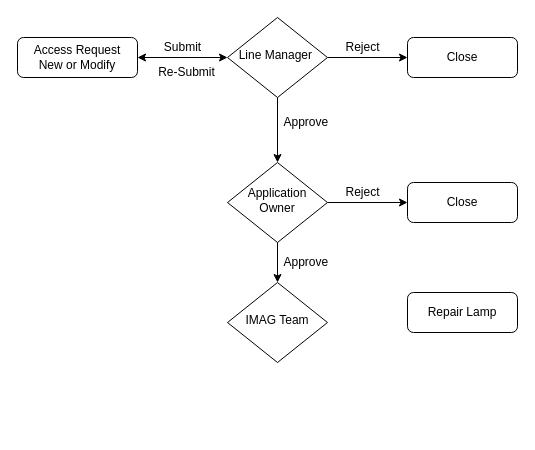
chandu2035/diagrams keeps this draw.io diagram as Untitled Diagram.drawio. Above is the earlier version. Source tidied: cells renumbered, new cells numbered last; positions are measured from the earlier drawing's top-left corner, leaving out a move shared by most shapes. Both pictures are drawn from the tidied source at 100%, with x=0, y=0 at pixel (17, 17).
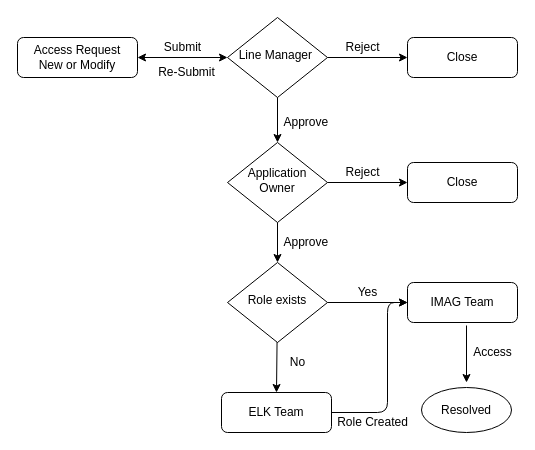
After the change.

The change refers to these unchanged cells:
```xml
<mxCell id="3" value="Line Manager&amp;nbsp;" style="rhombus;whiteSpace=wrap;html=1;shadow=0;fontFamily=Helvetica;fontSize=12;align=center;strokeWidth=1;spacing=6;spacingTop=-4;" parent="1" vertex="1">
  <mxGeometry x="210" width="100" height="80" as="geometry" />
</mxCell>
```

Diff of the diagram source:
```diff
@@
     <mxCell id="5" value="Application Owner" style="rhombus;whiteSpace=wrap;html=1;shadow=0;fontFamily=Helvetica;fontSize=12;align=center;strokeWidth=1;spacing=6;spacingTop=-4;" parent="1" vertex="1">
-      <mxGeometry x="210" y="145" width="100" height="80" as="geometry" />
+      <mxGeometry x="210" y="125" width="100" height="80" as="geometry" />
     </mxCell>
-    <mxCell id="6" value="Repair Lamp" style="rounded=1;whiteSpace=wrap;html=1;fontSize=12;glass=0;strokeWidth=1;shadow=0;" parent="1" vertex="1">
-      <mxGeometry x="390" y="275" width="110" height="40" as="geometry" />
+    <mxCell id="6" value="IMAG Team" style="rounded=1;whiteSpace=wrap;html=1;fontSize=12;glass=0;strokeWidth=1;shadow=0;" parent="1" vertex="1">
+      <mxGeometry x="390" y="265" width="110" height="40" as="geometry" />
     </mxCell>
     <mxCell id="7" value="Close" style="rounded=1;whiteSpace=wrap;html=1;fontSize=12;glass=0;strokeWidth=1;shadow=0;" parent="1" vertex="1">
-      <mxGeometry x="390" y="165" width="110" height="40" as="geometry" />
+      <mxGeometry x="390" y="145" width="110" height="40" as="geometry" />
     </mxCell>
@@
-    <mxCell id="11" style="endArrow=classic;html=1;exitX=0.5;exitY=1;exitDx=0;exitDy=0;" parent="1" edge="1" source="3" target="5">
-      <mxGeometry relative="1" as="geometry" />
+    <mxCell id="11" style="endArrow=classic;html=1;exitX=0.5;exitY=1;exitDx=0;exitDy=0;" parent="1" edge="1" source="3">
+      <mxGeometry relative="1" as="geometry">
+        <mxPoint x="260" y="125" as="targetPoint" />
+      </mxGeometry>
     </mxCell>
@@
     <mxCell id="16" value="Reject" style="text;html=1;align=center;verticalAlign=middle;" parent="1" vertex="1">
-      <mxGeometry x="320" y="165" width="50" height="20" as="geometry" />
+      <mxGeometry x="320" y="145" width="50" height="20" as="geometry" />
     </mxCell>
-    <mxCell id="17" value="IMAG Team" style="rhombus;whiteSpace=wrap;html=1;shadow=0;fontFamily=Helvetica;fontSize=12;align=center;strokeWidth=1;spacing=6;spacingTop=-4;" parent="1" vertex="1">
-      <mxGeometry x="210" y="265" width="100" height="80" as="geometry" />
-    </mxCell>
-    <mxCell id="18" style="endArrow=classic;html=1;exitX=0.5;exitY=1;exitDx=0;exitDy=0;entryX=0.5;entryY=0;entryDx=0;entryDy=0;" parent="1" edge="1" source="5" target="17">
-      <mxGeometry relative="1" as="geometry" />
+    <mxCell id="18" style="endArrow=classic;html=1;exitX=0.5;exitY=1;exitDx=0;exitDy=0;entryX=0.5;entryY=0;entryDx=0;entryDy=0;" parent="1" edge="1" source="5">
+      <mxGeometry relative="1" as="geometry">
+        <mxPoint x="260" y="245" as="targetPoint" />
+      </mxGeometry>
     </mxCell>
     <mxCell id="19" value="Approve&amp;nbsp;" style="text;html=1;align=center;verticalAlign=middle;" parent="1" vertex="1">
-      <mxGeometry x="260" y="235" width="60" height="20" as="geometry" />
+      <mxGeometry x="260" y="215" width="60" height="20" as="geometry" />
     </mxCell>
+    <mxCell id="20" value="Yes" style="text;html=1;align=center;verticalAlign=middle;" parent="1" vertex="1">
+      <mxGeometry x="330" y="265" width="40" height="20" as="geometry" />
+    </mxCell>
+    <mxCell id="21" value="ELK Team" style="rounded=1;whiteSpace=wrap;html=1;fontSize=12;glass=0;strokeWidth=1;shadow=0;" parent="1" vertex="1">
+      <mxGeometry x="204" y="375" width="110" height="40" as="geometry" />
+    </mxCell>
+    <mxCell id="22" value="Role exists" style="rhombus;whiteSpace=wrap;html=1;shadow=0;fontFamily=Helvetica;fontSize=12;align=center;strokeWidth=1;spacing=6;spacingTop=-4;" parent="1" vertex="1">
+      <mxGeometry x="210" y="245" width="100" height="80" as="geometry" />
+    </mxCell>
+    <mxCell id="23" style="endArrow=classic;html=1;exitX=1;exitY=0.5;exitDx=0;exitDy=0;entryX=0;entryY=0.5;entryDx=0;entryDy=0;" parent="1" edge="1" source="22" target="6">
+      <mxGeometry relative="1" as="geometry" />
+    </mxCell>
+    <mxCell id="24" style="endArrow=classic;html=1;entryX=0.5;entryY=0;entryDx=0;entryDy=0;" parent="1" edge="1" source="22" target="21">
+      <mxGeometry relative="1" as="geometry" />
+    </mxCell>
+    <mxCell id="25" value="No" style="text;html=1;align=center;verticalAlign=middle;" parent="1" vertex="1">
+      <mxGeometry x="265" y="335" width="30" height="20" as="geometry" />
+    </mxCell>
+    <mxCell id="26" style="endArrow=classic;html=1;exitX=1;exitY=0.5;exitDx=0;exitDy=0;entryX=0;entryY=0.5;entryDx=0;entryDy=0;" parent="1" edge="1" source="21" target="6">
+      <mxGeometry relative="1" as="geometry">
+        <Array as="points">
+          <mxPoint x="370" y="395" />
+          <mxPoint x="370" y="285" />
+        </Array>
+      </mxGeometry>
+    </mxCell>
+    <mxCell id="27" value="Role Created" style="text;html=1;align=center;verticalAlign=middle;" parent="1" vertex="1">
+      <mxGeometry x="310" y="395" width="90" height="20" as="geometry" />
+    </mxCell>
+    <mxCell id="28" value="Resolved" style="ellipse;whiteSpace=wrap;html=1;" parent="1" vertex="1">
+      <mxGeometry x="404" y="370" width="90" height="45" as="geometry" />
+    </mxCell>
+    <mxCell id="29" style="endArrow=classic;html=1;" parent="1" edge="1">
+      <mxGeometry relative="1" as="geometry">
+        <mxPoint x="449" y="308" as="sourcePoint" />
+        <mxPoint x="449" y="365" as="targetPoint" />
+      </mxGeometry>
+    </mxCell>
+    <mxCell id="30" value="Access" style="text;html=1;align=center;verticalAlign=middle;" parent="1" vertex="1">
+      <mxGeometry x="450" y="325" width="50" height="20" as="geometry" />
+    </mxCell>
```
